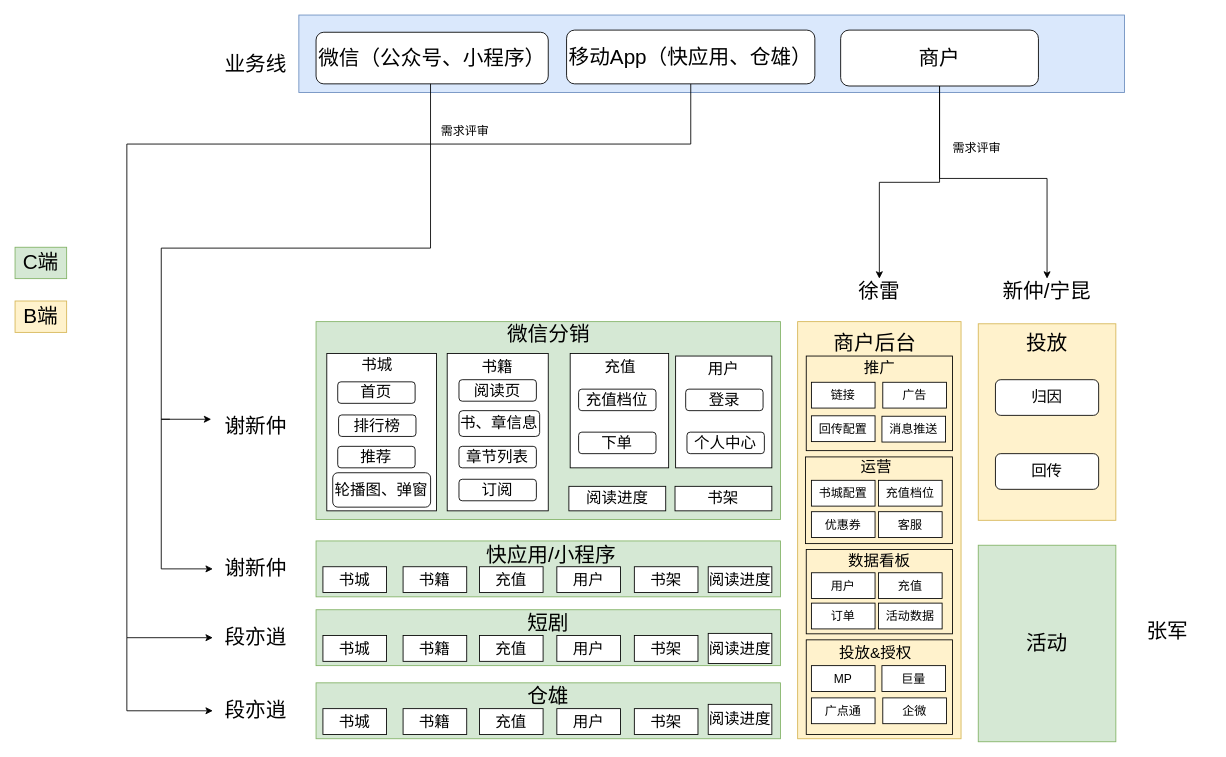
Earlier version of the draw.io diagram page "原架构+人" (3 of 4) of 开平服务化规划(原始版本) 的副本.drawio (qinzw/HelloWorld). Source tidied: cells renumbered, new cells numbered last; positions are measured from the earlier drawing's top-left corner, leaving out a move shared by most shapes. Both pictures are drawn from the tidied source at 86%, with x=0, y=0 at pixel (15, 15).
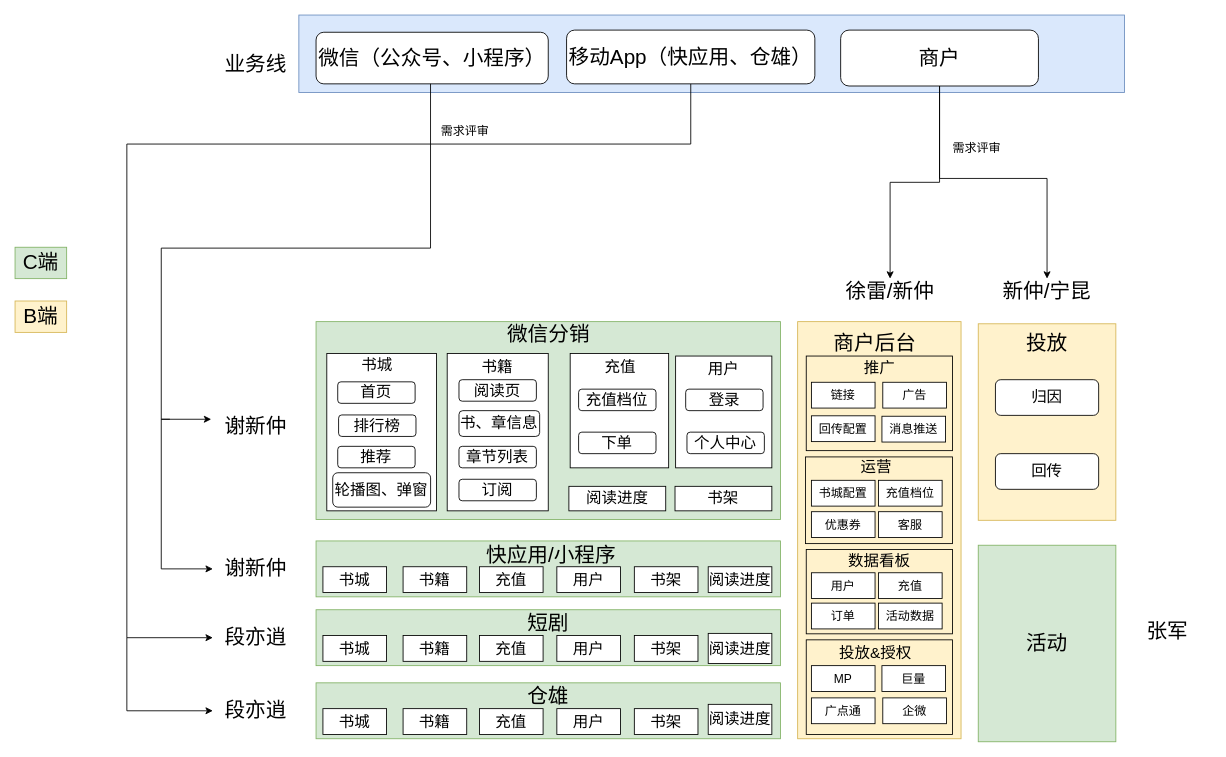
The same diagram, later.

Commit message:
更新开平服务化规划(原始版本) 的副本.drawio

Change to the diagram source:
```diff
@@
-    <mxCell id="92" value="&lt;span style=&quot;font-size: 24px;&quot;&gt;徐雷&lt;/span&gt;" style="text;html=1;strokeColor=none;fillColor=none;align=center;verticalAlign=middle;whiteSpace=wrap;rounded=0;" parent="1" vertex="1">
-      <mxGeometry x="955" y="306.5" width="100" height="30" as="geometry" />
+    <mxCell id="92" value="&lt;span style=&quot;font-size: 24px;&quot;&gt;徐雷/新仲&lt;/span&gt;" style="text;html=1;strokeColor=none;fillColor=none;align=center;verticalAlign=middle;whiteSpace=wrap;rounded=0;" parent="1" vertex="1">
+      <mxGeometry x="955" y="306.5" width="125" height="30" as="geometry" />
     </mxCell>
```
